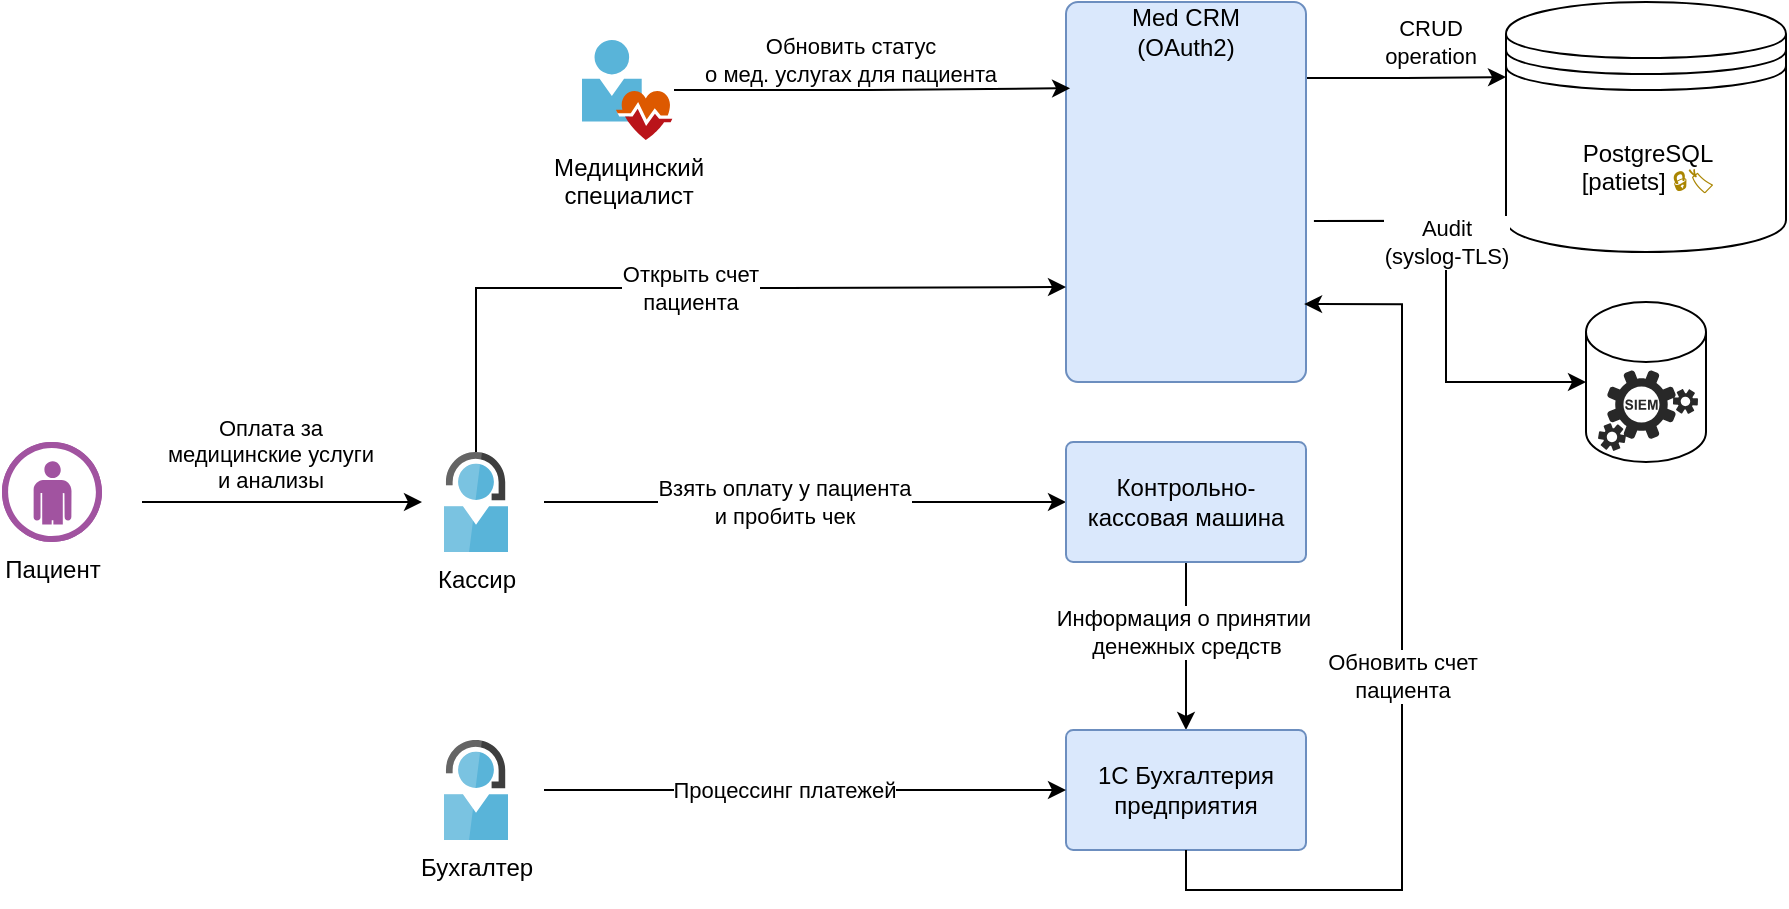
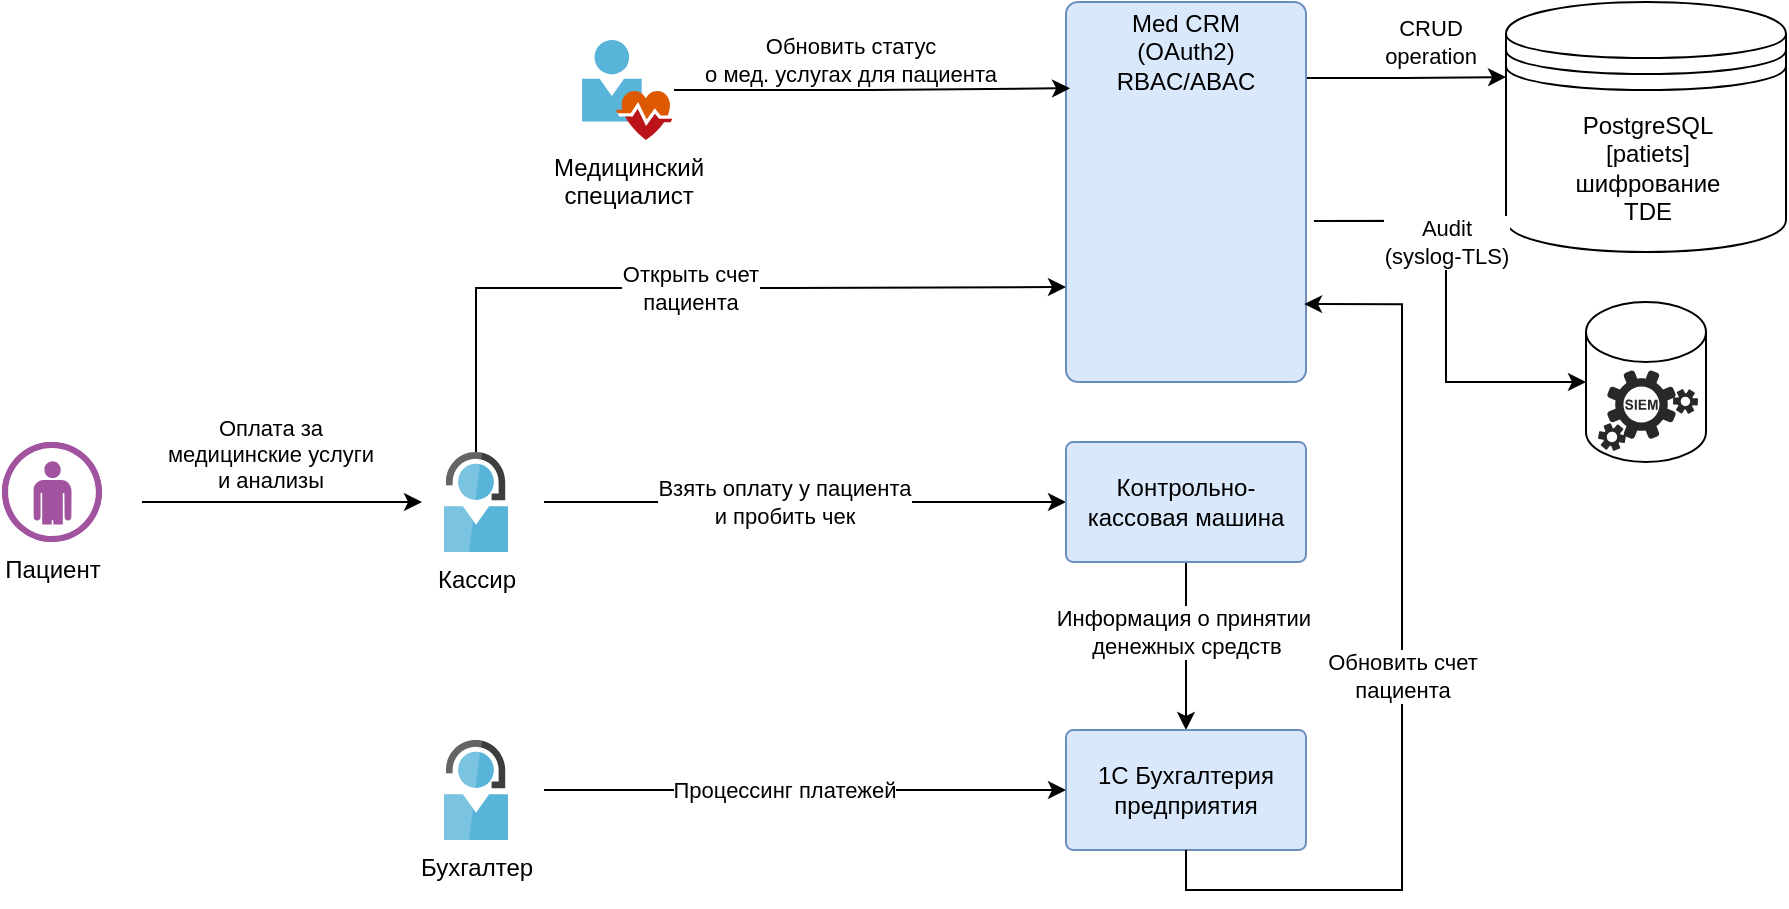
<mxfile host="Electron" agent="Mozilla/5.0 (Windows NT 10.0; Win64; x64) AppleWebKit/537.36 (KHTML, like Gecko) draw.io/27.0.9 Chrome/134.0.6998.205 Electron/35.4.0 Safari/537.36" version="27.0.9">
  <diagram id="XZl-SP0hIauo-jaiqa5Z" name="page-1">
    <mxGraphModel dx="1611" dy="1185" grid="1" gridSize="10" guides="1" tooltips="1" connect="1" arrows="1" fold="1" page="1" pageScale="1" pageWidth="827" pageHeight="1169" math="0" shadow="0">
      <root>
        <mxCell id="0" />
        <mxCell id="1" parent="0" />
        <mxCell id="yzyQbVQRVPbFdnTpu4KC-1" value="" style="shape=datastore;whiteSpace=wrap;html=1;" parent="1" vertex="1">
          <mxGeometry x="-48" y="20" width="140" height="125" as="geometry" />
        </mxCell>
        <mxCell id="yzyQbVQRVPbFdnTpu4KC-7" value="Медицинский&lt;div&gt;специалист&lt;/div&gt;" style="image;sketch=0;aspect=fixed;html=1;points=[];align=center;fontSize=12;image=img/lib/mscae/User_Health_Icon.svg;" parent="1" vertex="1">
          <mxGeometry x="-510" y="39" width="46" height="50" as="geometry" />
        </mxCell>
        <mxCell id="yzyQbVQRVPbFdnTpu4KC-8" value="CRUD&lt;div&gt;operation&lt;/div&gt;" style="edgeStyle=orthogonalEdgeStyle;rounded=0;orthogonalLoop=1;jettySize=auto;html=1;exitX=1;exitY=0.25;exitDx=0;exitDy=0;entryX=0;entryY=0.3;entryDx=0;entryDy=0;flowAnimation=0;" parent="1" source="yzyQbVQRVPbFdnTpu4KC-10" target="yzyQbVQRVPbFdnTpu4KC-1" edge="1">
          <mxGeometry x="0.3104" y="18" relative="1" as="geometry">
            <Array as="points">
              <mxPoint x="-148" y="58" />
              <mxPoint x="-98" y="58" />
            </Array>
            <mxPoint as="offset" />
          </mxGeometry>
        </mxCell>
        <mxCell id="yzyQbVQRVPbFdnTpu4KC-10" value="" style="rounded=1;whiteSpace=wrap;html=1;fillColor=#dae8fc;strokeColor=#6c8ebf;arcSize=5;labelPosition=center;verticalLabelPosition=top;align=center;verticalAlign=bottom;" parent="1" vertex="1">
          <mxGeometry x="-268" y="20" width="120" height="190" as="geometry" />
        </mxCell>
-         <mxCell id="yzyQbVQRVPbFdnTpu4KC-11" value="Med CRM&lt;div&gt;(OAuth2)&lt;/div&gt;" style="text;html=1;align=center;verticalAlign=middle;whiteSpace=wrap;rounded=0;" parent="1" vertex="1">
-           <mxGeometry x="-268" y="20" width="120" height="30" as="geometry" />
+         <mxCell id="yzyQbVQRVPbFdnTpu4KC-11" value="Med CRM&lt;div&gt;(OAuth2)&lt;/div&gt;&lt;div&gt;RBAC/ABAC&lt;/div&gt;" style="text;html=1;align=center;verticalAlign=middle;whiteSpace=wrap;rounded=0;" parent="1" vertex="1">
+           <mxGeometry x="-268" y="30" width="120" height="30" as="geometry" />
        </mxCell>
-         <mxCell id="yzyQbVQRVPbFdnTpu4KC-12" value="PostgreSQL&lt;div&gt;[patiets]&amp;nbsp;&lt;span style=&quot;caret-color: rgb(170, 133, 0); color: rgb(170, 133, 0); font-family: Menlo, Monaco, &amp;quot;Courier New&amp;quot;, monospace; text-align: start; white-space: pre; background-color: rgb(255, 255, 254);&quot;&gt;🔒🏷&lt;/span&gt;&lt;/div&gt;" style="text;html=1;align=center;verticalAlign=middle;whiteSpace=wrap;rounded=0;" parent="1" vertex="1">
+         <mxCell id="yzyQbVQRVPbFdnTpu4KC-12" value="PostgreSQL&lt;div&gt;[patiets]&lt;/div&gt;&lt;div&gt;шифрование&lt;/div&gt;&lt;div&gt;TDE&lt;/div&gt;" style="text;html=1;align=center;verticalAlign=middle;whiteSpace=wrap;rounded=0;" parent="1" vertex="1">
          <mxGeometry x="-22" y="70" width="90" height="65" as="geometry" />
        </mxCell>
        <mxCell id="yzyQbVQRVPbFdnTpu4KC-13" value="" style="shape=cylinder3;whiteSpace=wrap;html=1;boundedLbl=1;backgroundOutline=1;size=15;" parent="1" vertex="1">
          <mxGeometry x="-8" y="170" width="60" height="80" as="geometry" />
        </mxCell>
        <mxCell id="yzyQbVQRVPbFdnTpu4KC-14" value="" style="verticalLabelPosition=bottom;sketch=0;html=1;fillColor=#282828;strokeColor=none;verticalAlign=top;pointerEvents=1;align=center;shape=mxgraph.cisco_safe.security_icons.siem;" parent="1" vertex="1">
          <mxGeometry x="-2" y="204" width="50" height="40.5" as="geometry" />
        </mxCell>
        <mxCell id="yzyQbVQRVPbFdnTpu4KC-15" value="&lt;div style=&quot;font-style: normal; font-variant-caps: normal; font-weight: normal; letter-spacing: normal; text-align: start; text-indent: 0px; text-transform: none; word-spacing: 0px; -webkit-text-stroke-width: 0px; text-decoration: none; color: rgb(0, 0, 0); background-color: rgb(255, 255, 254); font-family: Menlo, Monaco, &amp;quot;Courier New&amp;quot;, monospace; font-size: 12px; line-height: 18px; white-space: pre;&quot;&gt;&lt;br&gt;&lt;/div&gt;" style="text;whiteSpace=wrap;html=1;" parent="1" vertex="1">
          <mxGeometry x="-148" y="190" width="70" height="40" as="geometry" />
        </mxCell>
        <mxCell id="yzyQbVQRVPbFdnTpu4KC-17" value="Обновить статус&lt;div&gt;о мед. услугах для пациента&lt;/div&gt;" style="edgeStyle=orthogonalEdgeStyle;rounded=0;orthogonalLoop=1;jettySize=auto;html=1;entryX=0.017;entryY=0.227;entryDx=0;entryDy=0;entryPerimeter=0;flowAnimation=0;" parent="1" source="yzyQbVQRVPbFdnTpu4KC-7" target="yzyQbVQRVPbFdnTpu4KC-10" edge="1">
          <mxGeometry x="-0.1077" y="15" relative="1" as="geometry">
            <mxPoint x="-1" as="offset" />
          </mxGeometry>
        </mxCell>
        <mxCell id="yzyQbVQRVPbFdnTpu4KC-18" value="Audit&lt;div&gt;(syslog-TLS)&lt;/div&gt;" style="edgeStyle=orthogonalEdgeStyle;rounded=0;orthogonalLoop=1;jettySize=auto;html=1;exitX=1.033;exitY=0.576;exitDx=0;exitDy=0;entryX=0;entryY=0.5;entryDx=0;entryDy=0;entryPerimeter=0;flowAnimation=0;exitPerimeter=0;" parent="1" source="yzyQbVQRVPbFdnTpu4KC-10" target="yzyQbVQRVPbFdnTpu4KC-13" edge="1">
          <mxGeometry x="-0.1515" y="-15" relative="1" as="geometry">
            <mxPoint x="15" y="-15" as="offset" />
          </mxGeometry>
        </mxCell>
        <mxCell id="yzyQbVQRVPbFdnTpu4KC-22" value="Взять оплату у пациента&lt;div&gt;и пробить чек&lt;/div&gt;" style="edgeStyle=elbowEdgeStyle;rounded=0;orthogonalLoop=1;jettySize=auto;html=1;entryX=0;entryY=0.5;entryDx=0;entryDy=0;flowAnimation=0;" parent="1" target="yzyQbVQRVPbFdnTpu4KC-26" edge="1">
          <mxGeometry x="-0.0805" relative="1" as="geometry">
            <Array as="points">
              <mxPoint x="-509" y="225" />
            </Array>
            <mxPoint as="offset" />
            <mxPoint x="-529" y="270" as="sourcePoint" />
            <mxPoint x="-289" y="190" as="targetPoint" />
          </mxGeometry>
        </mxCell>
        <mxCell id="yzyQbVQRVPbFdnTpu4KC-34" value="Открыть счет&lt;div&gt;пациента&lt;/div&gt;" style="edgeStyle=orthogonalEdgeStyle;rounded=0;orthogonalLoop=1;jettySize=auto;html=1;entryX=0;entryY=0.75;entryDx=0;entryDy=0;flowAnimation=0;" parent="1" source="yzyQbVQRVPbFdnTpu4KC-23" target="yzyQbVQRVPbFdnTpu4KC-10" edge="1">
          <mxGeometry relative="1" as="geometry">
            <Array as="points">
              <mxPoint x="-563" y="163" />
              <mxPoint x="-407" y="163" />
            </Array>
          </mxGeometry>
        </mxCell>
        <mxCell id="yzyQbVQRVPbFdnTpu4KC-23" value="Кассир" style="image;sketch=0;aspect=fixed;html=1;points=[];align=center;fontSize=12;image=img/lib/mscae/Support_2.svg;" parent="1" vertex="1">
          <mxGeometry x="-579" y="245" width="32" height="50" as="geometry" />
        </mxCell>
        <mxCell id="yzyQbVQRVPbFdnTpu4KC-24" value="" style="edgeStyle=orthogonalEdgeStyle;rounded=0;orthogonalLoop=1;jettySize=auto;html=1;flowAnimation=0;" parent="1" source="yzyQbVQRVPbFdnTpu4KC-26" target="yzyQbVQRVPbFdnTpu4KC-29" edge="1">
          <mxGeometry relative="1" as="geometry" />
        </mxCell>
        <mxCell id="yzyQbVQRVPbFdnTpu4KC-25" value="Информация о&amp;nbsp;&lt;span style=&quot;background-color: light-dark(#ffffff, var(--ge-dark-color, #121212)); color: light-dark(rgb(0, 0, 0), rgb(255, 255, 255));&quot;&gt;принятии&amp;nbsp;&lt;/span&gt;&lt;div&gt;&lt;span style=&quot;background-color: light-dark(#ffffff, var(--ge-dark-color, #121212)); color: light-dark(rgb(0, 0, 0), rgb(255, 255, 255));&quot;&gt;денежных&amp;nbsp;&lt;/span&gt;&lt;span style=&quot;background-color: light-dark(#ffffff, var(--ge-dark-color, #121212)); color: light-dark(rgb(0, 0, 0), rgb(255, 255, 255));&quot;&gt;средств&lt;/span&gt;&lt;/div&gt;" style="edgeLabel;html=1;align=center;verticalAlign=middle;resizable=0;points=[];" parent="yzyQbVQRVPbFdnTpu4KC-24" connectable="0" vertex="1">
          <mxGeometry x="-0.25" y="3" relative="1" as="geometry">
            <mxPoint x="-3" y="3" as="offset" />
          </mxGeometry>
        </mxCell>
        <mxCell id="yzyQbVQRVPbFdnTpu4KC-26" value="&lt;div&gt;Контрольно-кассовая машина&lt;/div&gt;" style="rounded=1;whiteSpace=wrap;html=1;fillColor=#dae8fc;strokeColor=#6c8ebf;arcSize=6;" parent="1" vertex="1">
          <mxGeometry x="-268" y="240" width="120" height="60" as="geometry" />
        </mxCell>
        <mxCell id="yzyQbVQRVPbFdnTpu4KC-29" value="1C Бухгалтерия предприятия" style="rounded=1;whiteSpace=wrap;html=1;fillColor=#dae8fc;strokeColor=#6c8ebf;arcSize=6;" parent="1" vertex="1">
          <mxGeometry x="-268" y="384" width="120" height="60" as="geometry" />
        </mxCell>
        <mxCell id="yzyQbVQRVPbFdnTpu4KC-31" value="Процессинг платежей" style="edgeStyle=elbowEdgeStyle;rounded=0;orthogonalLoop=1;jettySize=auto;html=1;entryX=0;entryY=0.5;entryDx=0;entryDy=0;flowAnimation=0;" parent="1" edge="1">
          <mxGeometry x="-0.0805" relative="1" as="geometry">
            <Array as="points">
              <mxPoint x="-509" y="369" />
            </Array>
            <mxPoint as="offset" />
            <mxPoint x="-529" y="414" as="sourcePoint" />
            <mxPoint x="-268" y="414" as="targetPoint" />
          </mxGeometry>
        </mxCell>
        <mxCell id="yzyQbVQRVPbFdnTpu4KC-32" value="Бухгалтер" style="image;sketch=0;aspect=fixed;html=1;points=[];align=center;fontSize=12;image=img/lib/mscae/Support_2.svg;" parent="1" vertex="1">
          <mxGeometry x="-579" y="389" width="32" height="50" as="geometry" />
        </mxCell>
        <mxCell id="yzyQbVQRVPbFdnTpu4KC-35" style="edgeStyle=orthogonalEdgeStyle;rounded=0;orthogonalLoop=1;jettySize=auto;html=1;entryX=0;entryY=0.5;entryDx=0;entryDy=0;flowAnimation=0;" parent="1" edge="1">
          <mxGeometry relative="1" as="geometry">
            <mxPoint x="-590" y="270" as="targetPoint" />
            <mxPoint x="-730" y="270" as="sourcePoint" />
          </mxGeometry>
        </mxCell>
        <mxCell id="yzyQbVQRVPbFdnTpu4KC-36" value="Оплата за&lt;div&gt;медицинские услуги&lt;/div&gt;&lt;div&gt;и анализы&lt;/div&gt;" style="edgeLabel;html=1;align=center;verticalAlign=middle;resizable=0;points=[];" parent="yzyQbVQRVPbFdnTpu4KC-35" connectable="0" vertex="1">
          <mxGeometry x="-0.2286" y="-5" relative="1" as="geometry">
            <mxPoint x="10" y="-29" as="offset" />
          </mxGeometry>
        </mxCell>
        <mxCell id="yzyQbVQRVPbFdnTpu4KC-37" value="Пациент" style="verticalLabelPosition=bottom;sketch=0;html=1;fillColor=#A153A0;strokeColor=#ffffff;verticalAlign=top;align=center;points=[[0,0.5,0],[0.125,0.25,0],[0.25,0,0],[0.5,0,0],[0.75,0,0],[0.875,0.25,0],[1,0.5,0],[0.875,0.75,0],[0.75,1,0],[0.5,1,0],[0.125,0.75,0]];pointerEvents=1;shape=mxgraph.cisco_safe.compositeIcon;bgIcon=ellipse;resIcon=mxgraph.cisco_safe.design.user;" parent="1" vertex="1">
          <mxGeometry x="-800" y="240" width="50" height="50" as="geometry" />
        </mxCell>
        <mxCell id="yzyQbVQRVPbFdnTpu4KC-38" value="Обновить счет&lt;div&gt;пациента&lt;/div&gt;" style="edgeStyle=orthogonalEdgeStyle;rounded=0;orthogonalLoop=1;jettySize=auto;html=1;exitX=0.5;exitY=1;exitDx=0;exitDy=0;entryX=0.992;entryY=0.795;entryDx=0;entryDy=0;entryPerimeter=0;flowAnimation=0;" parent="1" source="yzyQbVQRVPbFdnTpu4KC-29" target="yzyQbVQRVPbFdnTpu4KC-10" edge="1">
          <mxGeometry relative="1" as="geometry">
            <Array as="points">
              <mxPoint x="-208" y="464" />
              <mxPoint x="-100" y="464" />
              <mxPoint x="-100" y="171" />
            </Array>
          </mxGeometry>
        </mxCell>
      </root>
    </mxGraphModel>
  </diagram>
</mxfile>
